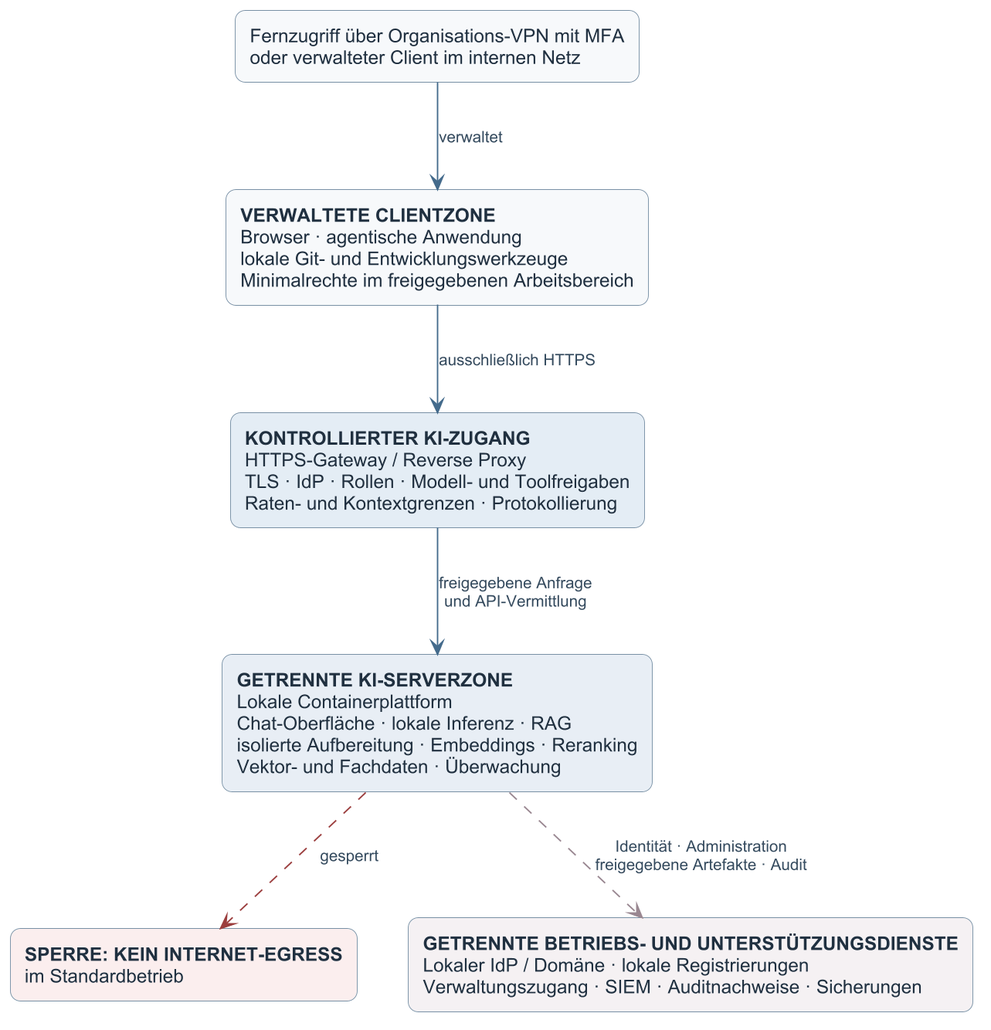
adrianweidig/allgemeines-ki-it-sicherheitskonzept keeps this PlantUML diagram as dokumentation/medien/architektur.png. Above is the earlier version.
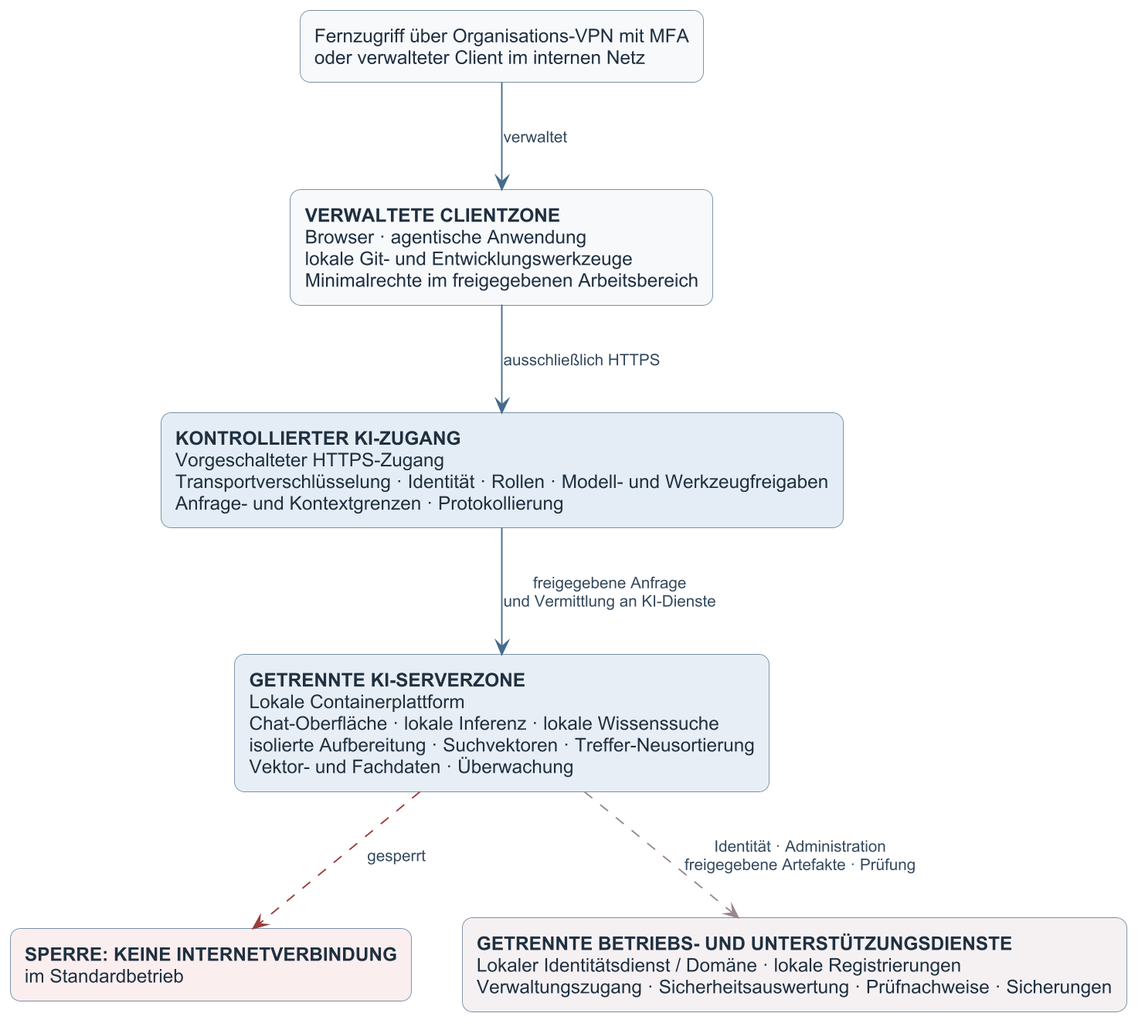
After the change.

Diff of the diagram source:
```diff
@@ -18,16 +18,16 @@
 
 rectangle "Fernzugriff über Organisations-VPN mit MFA\noder verwalteter Client im internen Netz" as zugang
 rectangle "**VERWALTETE CLIENTZONE**\nBrowser · agentische Anwendung\nlokale Git- und Entwicklungswerkzeuge\nMinimalrechte im freigegebenen Arbeitsbereich" as client
-rectangle "**KONTROLLIERTER KI-ZUGANG**\nHTTPS-Gateway / Reverse Proxy\nTLS · IdP · Rollen · Modell- und Toolfreigaben\nRaten- und Kontextgrenzen · Protokollierung" as gateway #E4EDF5
-rectangle "**GETRENNTE KI-SERVERZONE**\nLokale Containerplattform\nChat-Oberfläche · lokale Inferenz · RAG\nisolierte Aufbereitung · Embeddings · Reranking\nVektor- und Fachdaten · Überwachung" as server #E8EEF5
-rectangle "**SPERRE: KEIN INTERNET-EGRESS**\nim Standardbetrieb" as noegress #FBEEEE
-rectangle "**GETRENNTE BETRIEBS- UND UNTERSTÜTZUNGSDIENSTE**\nLokaler IdP / Domäne · lokale Registrierungen\nVerwaltungszugang · SIEM · Auditnachweise · Sicherungen" as support #F5F1F3
+rectangle "**KONTROLLIERTER KI-ZUGANG**\nVorgeschalteter HTTPS-Zugang\nTransportverschlüsselung · Identität · Rollen · Modell- und Werkzeugfreigaben\nAnfrage- und Kontextgrenzen · Protokollierung" as gateway #E4EDF5
+rectangle "**GETRENNTE KI-SERVERZONE**\nLokale Containerplattform\nChat-Oberfläche · lokale Inferenz · lokale Wissenssuche\nisolierte Aufbereitung · Suchvektoren · Treffer-Neusortierung\nVektor- und Fachdaten · Überwachung" as server #E8EEF5
+rectangle "**SPERRE: KEINE INTERNETVERBINDUNG**\nim Standardbetrieb" as noegress #FBEEEE
+rectangle "**GETRENNTE BETRIEBS- UND UNTERSTÜTZUNGSDIENSTE**\nLokaler Identitätsdienst / Domäne · lokale Registrierungen\nVerwaltungszugang · Sicherheitsauswertung · Prüfnachweise · Sicherungen" as support #F5F1F3
 
 zugang -down-> client : verwaltet
 client -down-> gateway : ausschließlich HTTPS
-gateway -down-> server : freigegebene Anfrage\nund API-Vermittlung
+gateway -down-> server : freigegebene Anfrage\nund Vermittlung an KI-Dienste
 server -[#9B3D3D,dashed]-> noegress : gesperrt
-server -[#9A8791,dashed]down-> support : Identität · Administration\nfreigegebene Artefakte · Audit
+server -[#9A8791,dashed]down-> support : Identität · Administration\nfreigegebene Artefakte · Prüfung
 noegress -[hidden]right-> support
 
 @enduml
```
